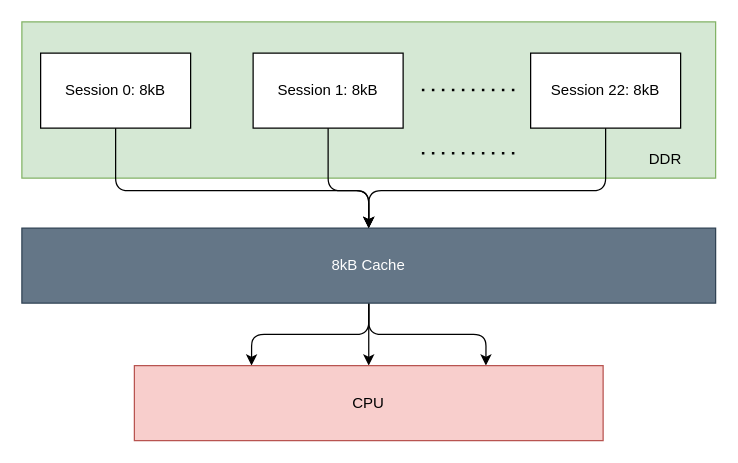
Earlier version of the draw.io diagram page "Cache hierarchy" (1 of 3) of Something/BEL_architecture.drawio (YZchen3467/drawio). Source tidied: cells renumbered, new cells numbered last; positions are measured from the earlier drawing's top-left corner, leaving out a move shared by most shapes. Both pictures are drawn from the tidied source at 125%, with x=0, y=0 at pixel (21, 21).
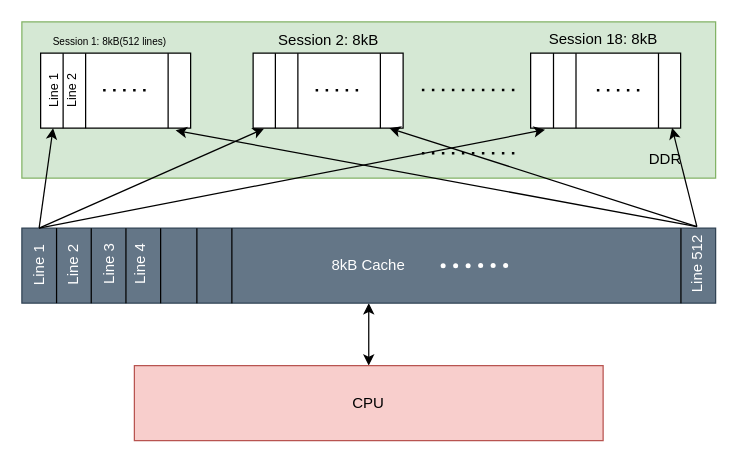
After the change.

Commit message (it also covers changes not shown here):
modiy Cache hierarchy

The change refers to these unchanged cells:
```xml
<mxCell id="16" value="CPU" style="rounded=0;whiteSpace=wrap;html=1;fillColor=#f8cecc;strokeColor=#b85450;" parent="1" vertex="1">
  <mxGeometry x="90" y="275" width="375" height="60" as="geometry" />
</mxCell>
```

Diff of the diagram source:
```diff
@@
-    <mxCell id="3" value="Session 0: 8kB" style="rounded=0;whiteSpace=wrap;html=1;" parent="1" vertex="1">
+    <mxCell id="3" style="rounded=0;whiteSpace=wrap;html=1;points=[[0,0,0,0,0],[0,0.25,0,0,0],[0,0.5,0,0,0],[0,0.75,0,0,0],[0,1,0,0,0],[0.15,0,0,0,0],[0.15,1,0,0,0],[0.3,0,0,0,0],[0.3,1,0,0,0],[0.85,0,0,0,0],[0.85,1,0,0,0],[1,0,0,0,0],[1,0.25,0,0,0],[1,0.5,0,0,0],[1,0.75,0,0,0],[1,1,0,0,0]];" parent="1" vertex="1">
       <mxGeometry x="15" y="25" width="120" height="60" as="geometry" />
     </mxCell>
-    <mxCell id="4" value="Session 1: 8kB" style="rounded=0;whiteSpace=wrap;html=1;" parent="1" vertex="1">
+    <mxCell id="4" style="rounded=0;whiteSpace=wrap;html=1;points=[[0,0,0,0,0],[0,0.25,0,0,0],[0,0.5,0,0,0],[0,0.75,0,0,0],[0,1,0,0,0],[0.15,0,0,0,0],[0.15,1,0,0,0],[0.3,0,0,0,0],[0.3,1,0,0,0],[0.75,0,0,0,0],[0.75,1,0,0,0],[1,0,0,0,0],[1,0.25,0,0,0],[1,0.5,0,0,0],[1,0.75,0,0,0],[1,1,0,0,0]];" parent="1" vertex="1">
       <mxGeometry x="185" y="25" width="120" height="60" as="geometry" />
     </mxCell>
-    <mxCell id="5" value="Session 22: 8kB" style="rounded=0;whiteSpace=wrap;html=1;" parent="1" vertex="1">
+    <mxCell id="5" style="rounded=0;whiteSpace=wrap;html=1;" parent="1" vertex="1">
       <mxGeometry x="407" y="25" width="120" height="60" as="geometry" />
     </mxCell>
@@
-    <mxCell id="8" style="html=1;entryX=0.5;entryY=0;entryDx=0;entryDy=0;" parent="1" edge="1" source="11" target="16">
+    <mxCell id="8" style="html=1;entryX=0.5;entryY=0;entryDx=0;entryDy=0;startArrow=classic;startFill=1;" parent="1" edge="1" source="11" target="16">
       <mxGeometry relative="1" as="geometry" />
     </mxCell>
-    <mxCell id="9" style="edgeStyle=orthogonalEdgeStyle;html=1;entryX=0.75;entryY=0;entryDx=0;entryDy=0;" parent="1" edge="1" source="11" target="16">
-      <mxGeometry relative="1" as="geometry" />
-    </mxCell>
-    <mxCell id="10" style="edgeStyle=orthogonalEdgeStyle;html=1;entryX=0.25;entryY=0;entryDx=0;entryDy=0;" parent="1" edge="1" source="11" target="16">
-      <mxGeometry relative="1" as="geometry" />
-    </mxCell>
-    <mxCell id="11" value="8kB Cache" style="rounded=0;whiteSpace=wrap;html=1;fillColor=#647687;strokeColor=#314354;fontColor=#ffffff;" parent="1" vertex="1">
+    <mxCell id="11" value="8kB Cache" style="rounded=0;whiteSpace=wrap;html=1;fillColor=#647687;strokeColor=#314354;fontColor=#ffffff;points=[[0,0,0,0,0],[0,0.25,0,0,0],[0,0.5,0,0,0],[0,0.75,0,0,0],[0,1,0,0,0],[0.05,0,0,0,0],[0.05,1,0,0,0],[0.1,0,0,0,0],[0.1,1,0,0,0],[0.15,0,0,0,0],[0.15,1,0,0,0],[0.2,0,0,0,0],[0.2,1,0,0,0],[0.25,0,0,0,0],[0.25,1,0,0,0],[0.3,0,0,0,0],[0.3,1,0,0,0],[0.95,0,0,0,0],[0.95,1,0,0,0],[1,0,0,0,0],[1,0.25,0,0,0],[1,0.5,0,0,0],[1,0.75,0,0,0],[1,1,0,0,0]];" parent="1" vertex="1">
       <mxGeometry y="165" width="555" height="60" as="geometry" />
     </mxCell>
-    <mxCell id="12" style="endArrow=classic;html=1;exitX=0.5;exitY=1;exitDx=0;exitDy=0;entryX=0.5;entryY=0;entryDx=0;entryDy=0;edgeStyle=orthogonalEdgeStyle;" parent="1" edge="1" source="3" target="11">
-      <mxGeometry relative="1" as="geometry">
-        <Array as="points">
-          <mxPoint x="75" y="135" />
-          <mxPoint x="278" y="135" />
-        </Array>
-      </mxGeometry>
-    </mxCell>
-    <mxCell id="13" style="endArrow=classic;html=1;exitX=0.5;exitY=1;exitDx=0;exitDy=0;entryX=0.5;entryY=0;entryDx=0;entryDy=0;edgeStyle=orthogonalEdgeStyle;" parent="1" edge="1" source="4" target="11">
-      <mxGeometry relative="1" as="geometry">
-        <Array as="points">
-          <mxPoint x="245" y="135" />
-          <mxPoint x="278" y="135" />
-        </Array>
-      </mxGeometry>
-    </mxCell>
-    <mxCell id="14" style="endArrow=classic;html=1;entryX=0.5;entryY=0;entryDx=0;entryDy=0;exitX=0.5;exitY=1;exitDx=0;exitDy=0;edgeStyle=orthogonalEdgeStyle;" parent="1" edge="1" source="5" target="11">
-      <mxGeometry relative="1" as="geometry">
-        <Array as="points">
-          <mxPoint x="467" y="135" />
-          <mxPoint x="278" y="135" />
-        </Array>
-      </mxGeometry>
-    </mxCell>
@@
+    <mxCell id="17" style="endArrow=none;html=1;exitX=0.05;exitY=1;exitDx=0;exitDy=0;exitPerimeter=0;entryX=0.05;entryY=0;entryDx=0;entryDy=0;entryPerimeter=0;" parent="1" edge="1" source="11" target="11">
+      <mxGeometry relative="1" as="geometry" />
+    </mxCell>
+    <mxCell id="18" style="endArrow=none;html=1;exitX=0.1;exitY=1;exitDx=0;exitDy=0;exitPerimeter=0;entryX=0.1;entryY=0;entryDx=0;entryDy=0;entryPerimeter=0;" parent="1" edge="1" source="11" target="11">
+      <mxGeometry relative="1" as="geometry" />
+    </mxCell>
+    <mxCell id="19" style="endArrow=none;html=1;exitX=0.15;exitY=1;exitDx=0;exitDy=0;exitPerimeter=0;entryX=0.15;entryY=0;entryDx=0;entryDy=0;entryPerimeter=0;" parent="1" edge="1" source="11" target="11">
+      <mxGeometry relative="1" as="geometry" />
+    </mxCell>
+    <mxCell id="20" style="endArrow=none;html=1;exitX=0.2;exitY=1;exitDx=0;exitDy=0;exitPerimeter=0;entryX=0.2;entryY=0;entryDx=0;entryDy=0;entryPerimeter=0;" parent="1" edge="1" source="11" target="11">
+      <mxGeometry relative="1" as="geometry" />
+    </mxCell>
+    <mxCell id="21" style="endArrow=none;html=1;exitX=0.05;exitY=1;exitDx=0;exitDy=0;exitPerimeter=0;entryX=0.05;entryY=0;entryDx=0;entryDy=0;entryPerimeter=0;" parent="1" edge="1">
+      <mxGeometry relative="1" as="geometry">
+        <mxPoint x="140" y="225" as="sourcePoint" />
+        <mxPoint x="140" y="165" as="targetPoint" />
+      </mxGeometry>
+    </mxCell>
+    <mxCell id="22" style="endArrow=none;html=1;exitX=0.1;exitY=1;exitDx=0;exitDy=0;exitPerimeter=0;entryX=0.1;entryY=0;entryDx=0;entryDy=0;entryPerimeter=0;" parent="1" edge="1">
+      <mxGeometry relative="1" as="geometry">
+        <mxPoint x="168" y="225" as="sourcePoint" />
+        <mxPoint x="168" y="165" as="targetPoint" />
+      </mxGeometry>
+    </mxCell>
+    <mxCell id="23" style="group;" parent="1" vertex="1">
+      <mxGeometry x="365" y="192.8" width="24" height="4" as="geometry" />
+    </mxCell>
+    <mxCell id="24" style="ellipse;whiteSpace=wrap;html=1;strokeColor=none;" parent="23" vertex="1">
+      <mxGeometry width="4" height="4" as="geometry" />
+    </mxCell>
+    <mxCell id="25" style="ellipse;whiteSpace=wrap;html=1;strokeColor=none;" parent="23" vertex="1">
+      <mxGeometry x="10" width="4" height="4" as="geometry" />
+    </mxCell>
+    <mxCell id="26" style="ellipse;whiteSpace=wrap;html=1;strokeColor=none;" parent="23" vertex="1">
+      <mxGeometry x="20" width="4" height="4" as="geometry" />
+    </mxCell>
+    <mxCell id="27" style="group;" parent="1" vertex="1">
+      <mxGeometry x="335" y="193" width="24" height="4" as="geometry" />
+    </mxCell>
+    <mxCell id="28" style="ellipse;whiteSpace=wrap;html=1;strokeColor=none;" parent="27" vertex="1">
+      <mxGeometry width="4" height="4" as="geometry" />
+    </mxCell>
+    <mxCell id="29" style="ellipse;whiteSpace=wrap;html=1;strokeColor=none;" parent="27" vertex="1">
+      <mxGeometry x="10" width="4" height="4" as="geometry" />
+    </mxCell>
+    <mxCell id="30" style="ellipse;whiteSpace=wrap;html=1;strokeColor=none;" parent="27" vertex="1">
+      <mxGeometry x="20" width="4" height="4" as="geometry" />
+    </mxCell>
+    <mxCell id="31" style="endArrow=none;html=1;exitX=0.95;exitY=1;exitDx=0;exitDy=0;exitPerimeter=0;entryX=0.95;entryY=0;entryDx=0;entryDy=0;entryPerimeter=0;" parent="1" edge="1" source="11" target="11">
+      <mxGeometry relative="1" as="geometry" />
+    </mxCell>
+    <mxCell id="32" value="&lt;font style=&quot;color: rgb(255, 255, 255);&quot;&gt;Line 1&lt;/font&gt;" style="text;html=1;align=center;verticalAlign=middle;whiteSpace=wrap;rounded=0;rotation=-90;" parent="1" vertex="1">
+      <mxGeometry x="-16.2" y="181.2" width="60" height="27.5" as="geometry" />
+    </mxCell>
+    <mxCell id="33" value="&lt;font style=&quot;color: rgb(255, 255, 255);&quot;&gt;Line 2&lt;/font&gt;" style="text;html=1;align=center;verticalAlign=middle;whiteSpace=wrap;rounded=0;rotation=-90;" parent="1" vertex="1">
+      <mxGeometry x="11.4" y="179.1" width="60" height="29.8" as="geometry" />
+    </mxCell>
+    <mxCell id="34" value="&lt;font style=&quot;color: rgb(255, 255, 255);&quot;&gt;Line 3&lt;/font&gt;" style="text;html=1;align=center;verticalAlign=middle;whiteSpace=wrap;rounded=0;rotation=-90;" parent="1" vertex="1">
+      <mxGeometry x="40" y="178.9" width="60" height="29.8" as="geometry" />
+    </mxCell>
+    <mxCell id="35" value="&lt;font style=&quot;color: rgb(255, 255, 255);&quot;&gt;Line 4&lt;/font&gt;" style="text;html=1;align=center;verticalAlign=middle;whiteSpace=wrap;rounded=0;rotation=-90;" parent="1" vertex="1">
+      <mxGeometry x="65" y="178.9" width="60" height="29.8" as="geometry" />
+    </mxCell>
+    <mxCell id="36" value="&lt;font style=&quot;color: rgb(255, 255, 255);&quot;&gt;Line 512&lt;/font&gt;" style="text;html=1;align=center;verticalAlign=middle;whiteSpace=wrap;rounded=0;rotation=-90;" parent="1" vertex="1">
+      <mxGeometry x="510" y="178.9" width="60" height="29.8" as="geometry" />
+    </mxCell>
+    <mxCell id="37" style="endArrow=none;html=1;entryX=0.15;entryY=0;entryDx=0;entryDy=0;entryPerimeter=0;exitX=0.15;exitY=1;exitDx=0;exitDy=0;exitPerimeter=0;" parent="1" edge="1" source="3" target="3">
+      <mxGeometry relative="1" as="geometry" />
+    </mxCell>
+    <mxCell id="38" style="endArrow=none;html=1;entryX=0.3;entryY=0;entryDx=0;entryDy=0;entryPerimeter=0;exitX=0.3;exitY=1;exitDx=0;exitDy=0;exitPerimeter=0;" parent="1" edge="1" source="3" target="3">
+      <mxGeometry relative="1" as="geometry" />
+    </mxCell>
+    <mxCell id="39" style="endArrow=none;html=1;entryX=0.85;entryY=0;entryDx=0;entryDy=0;entryPerimeter=0;exitX=0.85;exitY=1;exitDx=0;exitDy=0;exitPerimeter=0;" parent="1" edge="1" source="3" target="3">
+      <mxGeometry relative="1" as="geometry" />
+    </mxCell>
+    <mxCell id="40" style="endArrow=none;html=1;entryX=0.15;entryY=0;entryDx=0;entryDy=0;entryPerimeter=0;exitX=0.15;exitY=1;exitDx=0;exitDy=0;exitPerimeter=0;" parent="1" edge="1">
+      <mxGeometry relative="1" as="geometry">
+        <mxPoint x="202.8" y="85" as="sourcePoint" />
+        <mxPoint x="202.8" y="25" as="targetPoint" />
+      </mxGeometry>
+    </mxCell>
+    <mxCell id="41" style="endArrow=none;html=1;entryX=0.3;entryY=0;entryDx=0;entryDy=0;entryPerimeter=0;exitX=0.3;exitY=1;exitDx=0;exitDy=0;exitPerimeter=0;" parent="1" edge="1">
+      <mxGeometry relative="1" as="geometry">
+        <mxPoint x="220.8" y="85" as="sourcePoint" />
+        <mxPoint x="220.8" y="25" as="targetPoint" />
+      </mxGeometry>
+    </mxCell>
+    <mxCell id="42" style="endArrow=none;html=1;entryX=0.85;entryY=0;entryDx=0;entryDy=0;entryPerimeter=0;exitX=0.85;exitY=1;exitDx=0;exitDy=0;exitPerimeter=0;" parent="1" edge="1">
+      <mxGeometry relative="1" as="geometry">
+        <mxPoint x="286.8" y="85" as="sourcePoint" />
+        <mxPoint x="286.8" y="25" as="targetPoint" />
+      </mxGeometry>
+    </mxCell>
+    <mxCell id="43" value="&lt;font style=&quot;color: rgb(0, 0, 0); font-size: 10px;&quot;&gt;Line 1&lt;/font&gt;" style="text;html=1;align=center;verticalAlign=middle;whiteSpace=wrap;rounded=0;rotation=-90;" parent="1" vertex="1">
+      <mxGeometry y="40" width="50" height="30" as="geometry" />
+    </mxCell>
+    <mxCell id="44" value="&lt;span style=&quot;color: rgb(0, 0, 0);&quot;&gt;Session 2: 8kB&lt;/span&gt;" style="text;html=1;align=center;verticalAlign=middle;whiteSpace=wrap;rounded=0;" parent="1" vertex="1">
+      <mxGeometry x="197.5" width="95" height="30" as="geometry" />
+    </mxCell>
+    <mxCell id="45" value="&lt;span style=&quot;color: rgb(0, 0, 0);&quot;&gt;&lt;font style=&quot;font-size: 8px;&quot;&gt;Session 1: 8kB(512 lines)&lt;/font&gt;&lt;/span&gt;" style="text;html=1;align=center;verticalAlign=middle;whiteSpace=wrap;rounded=0;" parent="1" vertex="1">
+      <mxGeometry x="22.5" width="95" height="30" as="geometry" />
+    </mxCell>
+    <mxCell id="46" style="edgeStyle=none;html=1;entryX=0.083;entryY=1;entryDx=0;entryDy=0;entryPerimeter=0;exitX=1;exitY=0.5;exitDx=0;exitDy=0;" parent="1" edge="1" source="32" target="3">
+      <mxGeometry relative="1" as="geometry" />
+    </mxCell>
+    <mxCell id="47" value="&lt;font style=&quot;color: rgb(0, 0, 0); font-size: 10px;&quot;&gt;Line 2&lt;/font&gt;" style="text;html=1;align=center;verticalAlign=middle;whiteSpace=wrap;rounded=0;rotation=-90;" parent="1" vertex="1">
+      <mxGeometry x="15" y="40" width="50" height="30" as="geometry" />
+    </mxCell>
+    <mxCell id="48" style="endArrow=none;dashed=1;html=1;dashPattern=1 3;strokeWidth=2;" parent="1" edge="1">
+      <mxGeometry relative="1" as="geometry">
+        <mxPoint x="235" y="54.7" as="sourcePoint" />
+        <mxPoint x="275" y="54.7" as="targetPoint" />
+      </mxGeometry>
+    </mxCell>
+    <mxCell id="49" style="endArrow=none;dashed=1;html=1;dashPattern=1 3;strokeWidth=2;" parent="1" edge="1">
+      <mxGeometry relative="1" as="geometry">
+        <mxPoint x="65" y="54.7" as="sourcePoint" />
+        <mxPoint x="105" y="54.7" as="targetPoint" />
+      </mxGeometry>
+    </mxCell>
+    <mxCell id="50" style="endArrow=none;html=1;entryX=0.15;entryY=0;entryDx=0;entryDy=0;entryPerimeter=0;exitX=0.15;exitY=1;exitDx=0;exitDy=0;exitPerimeter=0;" parent="1" edge="1">
+      <mxGeometry relative="1" as="geometry">
+        <mxPoint x="425.3" y="85" as="sourcePoint" />
+        <mxPoint x="425.3" y="25" as="targetPoint" />
+      </mxGeometry>
+    </mxCell>
+    <mxCell id="51" style="endArrow=none;html=1;entryX=0.3;entryY=0;entryDx=0;entryDy=0;entryPerimeter=0;exitX=0.3;exitY=1;exitDx=0;exitDy=0;exitPerimeter=0;" parent="1" edge="1">
+      <mxGeometry relative="1" as="geometry">
+        <mxPoint x="443.3" y="85" as="sourcePoint" />
+        <mxPoint x="443.3" y="25" as="targetPoint" />
+      </mxGeometry>
+    </mxCell>
+    <mxCell id="52" style="endArrow=none;html=1;entryX=0.85;entryY=0;entryDx=0;entryDy=0;entryPerimeter=0;exitX=0.85;exitY=1;exitDx=0;exitDy=0;exitPerimeter=0;" parent="1" edge="1">
+      <mxGeometry relative="1" as="geometry">
+        <mxPoint x="509.3" y="85" as="sourcePoint" />
+        <mxPoint x="509.3" y="25" as="targetPoint" />
+      </mxGeometry>
+    </mxCell>
+    <mxCell id="53" value="&lt;span style=&quot;color: rgb(0, 0, 0); font-family: Helvetica; font-size: 12px; font-style: normal; font-variant-ligatures: normal; font-variant-caps: normal; font-weight: 400; letter-spacing: normal; orphans: 2; text-align: center; text-indent: 0px; text-transform: none; widows: 2; word-spacing: 0px; -webkit-text-stroke-width: 0px; white-space: normal; text-decoration-thickness: initial; text-decoration-style: initial; text-decoration-color: initial; float: none; display: inline !important;&quot;&gt;Session 18: 8kB&lt;/span&gt;" style="text;whiteSpace=wrap;html=1;" parent="1" vertex="1">
+      <mxGeometry x="420" width="115" height="35" as="geometry" />
+    </mxCell>
+    <mxCell id="54" style="endArrow=none;dashed=1;html=1;dashPattern=1 3;strokeWidth=2;" parent="1" edge="1">
+      <mxGeometry relative="1" as="geometry">
+        <mxPoint x="460" y="54.7" as="sourcePoint" />
+        <mxPoint x="500" y="54.7" as="targetPoint" />
+      </mxGeometry>
+    </mxCell>
+    <mxCell id="55" style="edgeStyle=none;html=1;entryX=0.073;entryY=1.007;entryDx=0;entryDy=0;entryPerimeter=0;exitX=1;exitY=0.5;exitDx=0;exitDy=0;" parent="1" edge="1" source="32" target="4">
+      <mxGeometry relative="1" as="geometry" />
+    </mxCell>
+    <mxCell id="56" style="edgeStyle=none;html=1;entryX=0.9;entryY=1.03;entryDx=0;entryDy=0;entryPerimeter=0;exitX=1;exitY=0.5;exitDx=0;exitDy=0;" parent="1" edge="1" source="36" target="3">
+      <mxGeometry relative="1" as="geometry" />
+    </mxCell>
+    <mxCell id="57" style="edgeStyle=none;html=1;entryX=0.908;entryY=1;entryDx=0;entryDy=0;entryPerimeter=0;exitX=1;exitY=0.5;exitDx=0;exitDy=0;" parent="1" edge="1" source="36" target="4">
+      <mxGeometry relative="1" as="geometry" />
+    </mxCell>
+    <mxCell id="58" style="edgeStyle=none;html=1;entryX=0.943;entryY=0.996;entryDx=0;entryDy=0;entryPerimeter=0;exitX=1;exitY=0.5;exitDx=0;exitDy=0;" parent="1" edge="1" source="36" target="5">
+      <mxGeometry relative="1" as="geometry" />
+    </mxCell>
+    <mxCell id="59" style="edgeStyle=none;html=1;entryX=0.096;entryY=1.021;entryDx=0;entryDy=0;entryPerimeter=0;exitX=1;exitY=0.5;exitDx=0;exitDy=0;" parent="1" edge="1" source="32" target="5">
+      <mxGeometry relative="1" as="geometry" />
+    </mxCell>
```
